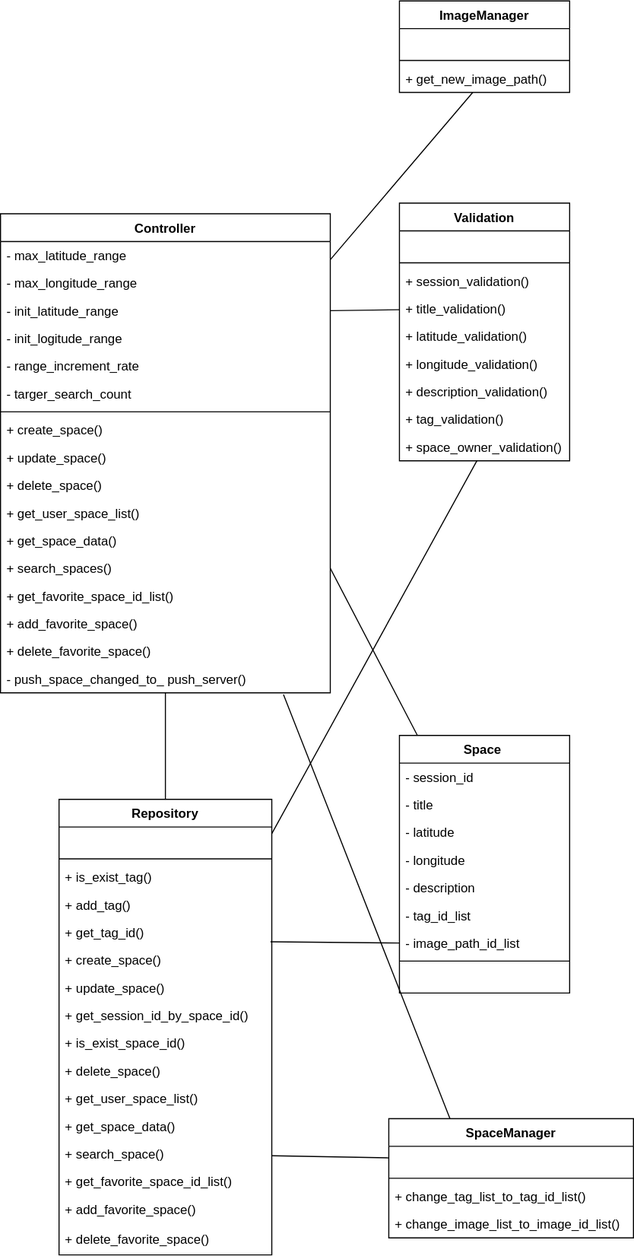
The draw.io diagram 클래스 다이어그램/space_server_class_diagram.svg in shlim0/2022_capstone1, before a commit. Source tidied: cells renumbered, new cells last; positions are measured from the earlier drawing's top-left corner, leaving out a move shared by most shapes.
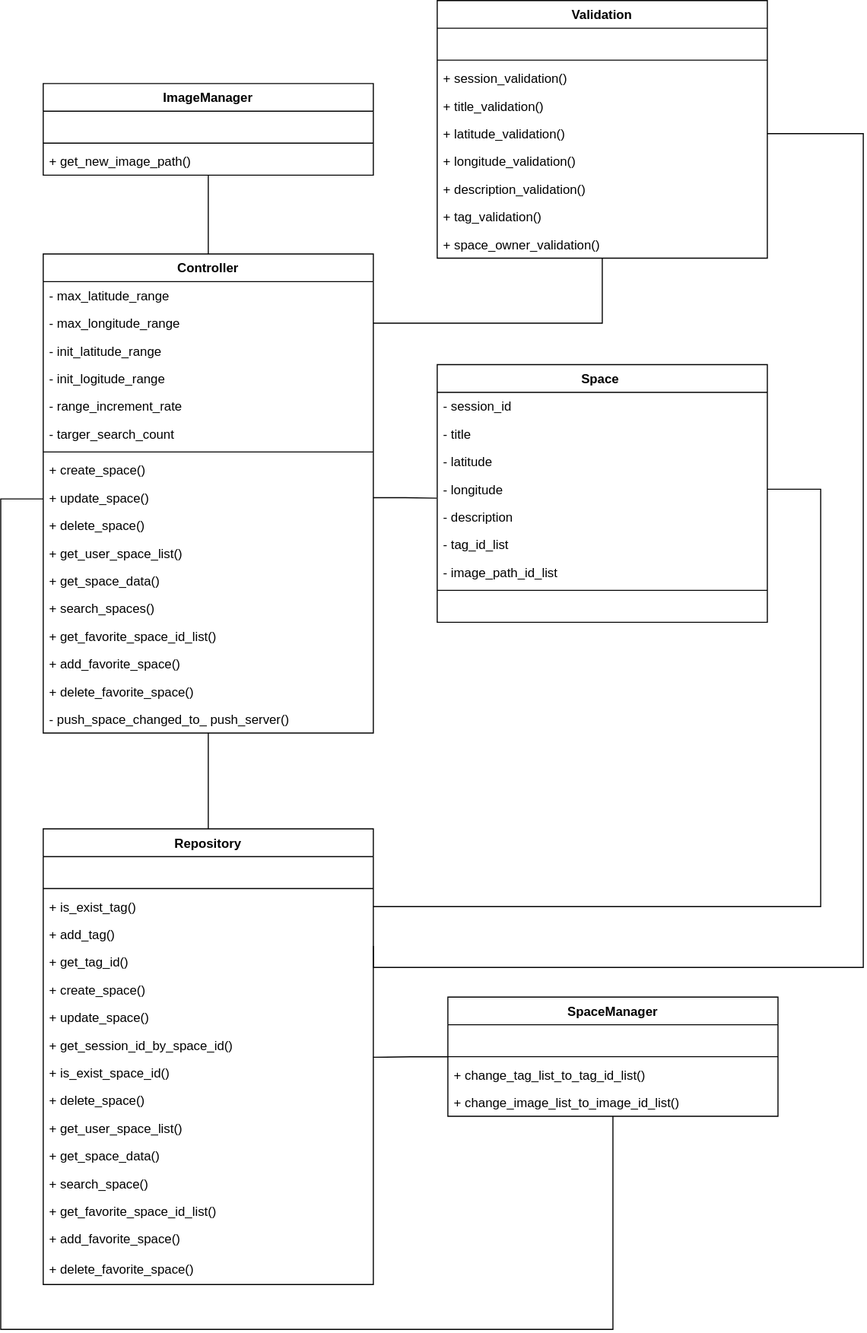
The same diagram one commit later.

Change to the diagram source:
```diff
@@ -3,7 +3,7 @@
     <mxCell id="0" />
     <mxCell id="1" parent="0" />
     <mxCell id="2" value="Controller" style="swimlane;fontStyle=1;align=center;verticalAlign=top;horizontal=1;startSize=26;" parent="1" vertex="1">
-      <mxGeometry y="200" width="310" height="450" as="geometry" />
+      <mxGeometry y="210" width="310" height="450" as="geometry" />
     </mxCell>
     <mxCell id="3" value="- max_latitude_range " style="text;strokeColor=none;fillColor=none;align=left;verticalAlign=top;spacingLeft=4;spacingRight=4;overflow=hidden;" parent="2" vertex="1">
       <mxGeometry y="26" width="310" height="26" as="geometry" />
@@ -57,166 +57,184 @@
       <mxGeometry y="424" width="310" height="26" as="geometry" />
     </mxCell>
     <mxCell id="20" value="Repository" style="swimlane;fontStyle=1;align=center;verticalAlign=top;horizontal=1;startSize=26;" parent="1" vertex="1">
-      <mxGeometry x="55" y="750" width="200" height="428" as="geometry" />
+      <mxGeometry y="750" width="310" height="428" as="geometry" />
     </mxCell>
     <mxCell id="21" value=" " style="text;strokeColor=none;fillColor=none;align=left;verticalAlign=top;spacingLeft=4;spacingRight=4;overflow=hidden;" parent="20" vertex="1">
-      <mxGeometry y="26" width="200" height="26" as="geometry" />
+      <mxGeometry y="26" width="310" height="26" as="geometry" />
     </mxCell>
     <mxCell id="22" style="line;strokeWidth=1;fillColor=none;align=left;verticalAlign=middle;spacingTop=-1;spacingLeft=3;spacingRight=3;labelPosition=right;strokeColor=inherit;" parent="20" vertex="1">
-      <mxGeometry y="52" width="200" height="8" as="geometry" />
+      <mxGeometry y="52" width="310" height="8" as="geometry" />
     </mxCell>
     <mxCell id="23" value="+ is_exist_tag()" style="text;strokeColor=none;fillColor=none;align=left;verticalAlign=top;spacingLeft=4;spacingRight=4;overflow=hidden;points=[[0,0.5],[1,0.5]];portConstraint=eastwest;" parent="20" vertex="1">
-      <mxGeometry y="60" width="200" height="26" as="geometry" />
+      <mxGeometry y="60" width="310" height="26" as="geometry" />
     </mxCell>
     <mxCell id="24" value="+ add_tag()" style="text;strokeColor=none;fillColor=none;align=left;verticalAlign=top;spacingLeft=4;spacingRight=4;overflow=hidden;points=[[0,0.5],[1,0.5]];portConstraint=eastwest;" parent="20" vertex="1">
-      <mxGeometry y="86" width="200" height="26" as="geometry" />
+      <mxGeometry y="86" width="310" height="26" as="geometry" />
     </mxCell>
     <mxCell id="25" value="+ get_tag_id()" style="text;strokeColor=none;fillColor=none;align=left;verticalAlign=top;spacingLeft=4;spacingRight=4;overflow=hidden;points=[[0,0.5],[1,0.5]];portConstraint=eastwest;" parent="20" vertex="1">
-      <mxGeometry y="112" width="200" height="26" as="geometry" />
+      <mxGeometry y="112" width="310" height="26" as="geometry" />
     </mxCell>
     <mxCell id="26" value="+ create_space()" style="text;strokeColor=none;fillColor=none;align=left;verticalAlign=top;spacingLeft=4;spacingRight=4;overflow=hidden;" parent="20" vertex="1">
-      <mxGeometry y="138" width="200" height="26" as="geometry" />
+      <mxGeometry y="138" width="310" height="26" as="geometry" />
     </mxCell>
     <mxCell id="27" value="+ update_space()&#10;" style="text;strokeColor=none;fillColor=none;align=left;verticalAlign=top;spacingLeft=4;spacingRight=4;overflow=hidden;" parent="20" vertex="1">
-      <mxGeometry y="164" width="200" height="26" as="geometry" />
+      <mxGeometry y="164" width="310" height="26" as="geometry" />
     </mxCell>
     <mxCell id="28" value="+ get_session_id_by_space_id()" style="text;strokeColor=none;fillColor=none;align=left;verticalAlign=top;spacingLeft=4;spacingRight=4;overflow=hidden;points=[[0,0.5],[1,0.5]];portConstraint=eastwest;" parent="20" vertex="1">
-      <mxGeometry y="190" width="200" height="26" as="geometry" />
+      <mxGeometry y="190" width="310" height="26" as="geometry" />
     </mxCell>
     <mxCell id="29" value="+ is_exist_space_id()" style="text;strokeColor=none;fillColor=none;align=left;verticalAlign=top;spacingLeft=4;spacingRight=4;overflow=hidden;" parent="20" vertex="1">
-      <mxGeometry y="216" width="200" height="26" as="geometry" />
+      <mxGeometry y="216" width="310" height="26" as="geometry" />
     </mxCell>
     <mxCell id="30" value="+ delete_space()" style="text;strokeColor=none;fillColor=none;align=left;verticalAlign=top;spacingLeft=4;spacingRight=4;overflow=hidden;" parent="20" vertex="1">
-      <mxGeometry y="242" width="200" height="26" as="geometry" />
+      <mxGeometry y="242" width="310" height="26" as="geometry" />
     </mxCell>
     <mxCell id="31" value="+ get_user_space_list()" style="text;strokeColor=none;fillColor=none;align=left;verticalAlign=top;spacingLeft=4;spacingRight=4;overflow=hidden;" parent="20" vertex="1">
-      <mxGeometry y="268" width="200" height="26" as="geometry" />
+      <mxGeometry y="268" width="310" height="26" as="geometry" />
     </mxCell>
     <mxCell id="32" value="+ get_space_data()" style="text;strokeColor=none;fillColor=none;align=left;verticalAlign=top;spacingLeft=4;spacingRight=4;overflow=hidden;" parent="20" vertex="1">
-      <mxGeometry y="294" width="200" height="26" as="geometry" />
+      <mxGeometry y="294" width="310" height="26" as="geometry" />
     </mxCell>
     <mxCell id="33" value="+ search_space()" style="text;strokeColor=none;fillColor=none;align=left;verticalAlign=top;spacingLeft=4;spacingRight=4;overflow=hidden;points=[[0,0.5],[1,0.5]];portConstraint=eastwest;" parent="20" vertex="1">
-      <mxGeometry y="320" width="200" height="26" as="geometry" />
+      <mxGeometry y="320" width="310" height="26" as="geometry" />
     </mxCell>
     <mxCell id="34" value="+ get_favorite_space_id_list()" style="text;strokeColor=none;fillColor=none;align=left;verticalAlign=top;spacingLeft=4;spacingRight=4;overflow=hidden;" parent="20" vertex="1">
-      <mxGeometry y="346" width="200" height="26" as="geometry" />
+      <mxGeometry y="346" width="310" height="26" as="geometry" />
     </mxCell>
     <mxCell id="35" value="+ add_favorite_space()" style="text;strokeColor=none;fillColor=none;align=left;verticalAlign=top;spacingLeft=4;spacingRight=4;overflow=hidden;" parent="20" vertex="1">
-      <mxGeometry y="372" width="200" height="28" as="geometry" />
+      <mxGeometry y="372" width="310" height="28" as="geometry" />
     </mxCell>
     <mxCell id="36" value="+ delete_favorite_space()" style="text;strokeColor=none;fillColor=none;align=left;verticalAlign=top;spacingLeft=4;spacingRight=4;overflow=hidden;" parent="20" vertex="1">
-      <mxGeometry y="400" width="200" height="28" as="geometry" />
+      <mxGeometry y="400" width="310" height="28" as="geometry" />
     </mxCell>
+    <mxCell id="74" style="edgeStyle=orthogonalEdgeStyle;rounded=0;jettySize=auto;html=1;entryX=1;entryY=0.5;entryDx=0;entryDy=0;endArrow=none;endFill=0;" parent="1" edge="1" source="37" target="4">
+      <mxGeometry relative="1" as="geometry" />
+    </mxCell>
     <mxCell id="37" value="Validation" style="swimlane;fontStyle=1;align=center;verticalAlign=top;horizontal=1;startSize=26;" parent="1" vertex="1">
-      <mxGeometry x="375" y="190" width="160" height="242" as="geometry" />
+      <mxGeometry x="370" y="-28" width="310" height="242" as="geometry" />
     </mxCell>
     <mxCell id="38" value=" " style="text;strokeColor=none;fillColor=none;align=left;verticalAlign=top;spacingLeft=4;spacingRight=4;overflow=hidden;" parent="37" vertex="1">
-      <mxGeometry y="26" width="160" height="26" as="geometry" />
+      <mxGeometry y="26" width="310" height="26" as="geometry" />
     </mxCell>
     <mxCell id="39" style="line;strokeWidth=1;fillColor=none;align=left;verticalAlign=middle;spacingTop=-1;spacingLeft=3;spacingRight=3;labelPosition=right;strokeColor=inherit;" parent="37" vertex="1">
-      <mxGeometry y="52" width="160" height="8" as="geometry" />
+      <mxGeometry y="52" width="310" height="8" as="geometry" />
     </mxCell>
     <mxCell id="40" value="+ session_validation()" style="text;strokeColor=none;fillColor=none;align=left;verticalAlign=top;spacingLeft=4;spacingRight=4;overflow=hidden;" parent="37" vertex="1">
-      <mxGeometry y="60" width="160" height="26" as="geometry" />
+      <mxGeometry y="60" width="310" height="26" as="geometry" />
     </mxCell>
     <mxCell id="41" value="+ title_validation()" style="text;strokeColor=none;fillColor=none;align=left;verticalAlign=top;spacingLeft=4;spacingRight=4;overflow=hidden;points=[[0,0.5],[1,0.5]];portConstraint=eastwest;" parent="37" vertex="1">
-      <mxGeometry y="86" width="160" height="26" as="geometry" />
+      <mxGeometry y="86" width="310" height="26" as="geometry" />
     </mxCell>
     <mxCell id="42" value="+ latitude_validation()" style="text;strokeColor=none;fillColor=none;align=left;verticalAlign=top;spacingLeft=4;spacingRight=4;overflow=hidden;points=[[0,0.5],[1,0.5]];portConstraint=eastwest;" parent="37" vertex="1">
-      <mxGeometry y="112" width="160" height="26" as="geometry" />
+      <mxGeometry y="112" width="310" height="26" as="geometry" />
     </mxCell>
     <mxCell id="43" value="+ longitude_validation()" style="text;strokeColor=none;fillColor=none;align=left;verticalAlign=top;spacingLeft=4;spacingRight=4;overflow=hidden;" parent="37" vertex="1">
-      <mxGeometry y="138" width="160" height="26" as="geometry" />
+      <mxGeometry y="138" width="310" height="26" as="geometry" />
     </mxCell>
     <mxCell id="44" value="+ description_validation()" style="text;strokeColor=none;fillColor=none;align=left;verticalAlign=top;spacingLeft=4;spacingRight=4;overflow=hidden;" parent="37" vertex="1">
-      <mxGeometry y="164" width="160" height="26" as="geometry" />
+      <mxGeometry y="164" width="310" height="26" as="geometry" />
     </mxCell>
     <mxCell id="45" value="+ tag_validation()" style="text;strokeColor=none;fillColor=none;align=left;verticalAlign=top;spacingLeft=4;spacingRight=4;overflow=hidden;" parent="37" vertex="1">
-      <mxGeometry y="190" width="160" height="26" as="geometry" />
+      <mxGeometry y="190" width="310" height="26" as="geometry" />
     </mxCell>
     <mxCell id="46" value="+ space_owner_validation()" style="text;strokeColor=none;fillColor=none;align=left;verticalAlign=top;spacingLeft=4;spacingRight=4;overflow=hidden;points=[[0,0.5],[1,0.5]];portConstraint=eastwest;" parent="37" vertex="1">
-      <mxGeometry y="216" width="160" height="26" as="geometry" />
+      <mxGeometry y="216" width="310" height="26" as="geometry" />
     </mxCell>
     <mxCell id="47" value="ImageManager" style="swimlane;fontStyle=1;align=center;verticalAlign=top;horizontal=1;startSize=26;" parent="1" vertex="1">
-      <mxGeometry x="375" width="160" height="86" as="geometry" />
+      <mxGeometry y="50" width="310" height="86" as="geometry" />
     </mxCell>
     <mxCell id="48" value=" " style="text;strokeColor=none;fillColor=none;align=left;verticalAlign=top;spacingLeft=4;spacingRight=4;overflow=hidden;" parent="47" vertex="1">
-      <mxGeometry y="26" width="160" height="26" as="geometry" />
+      <mxGeometry y="26" width="310" height="26" as="geometry" />
     </mxCell>
     <mxCell id="49" style="line;strokeWidth=1;fillColor=none;align=left;verticalAlign=middle;spacingTop=-1;spacingLeft=3;spacingRight=3;labelPosition=right;strokeColor=inherit;" parent="47" vertex="1">
-      <mxGeometry y="52" width="160" height="8" as="geometry" />
+      <mxGeometry y="52" width="310" height="8" as="geometry" />
     </mxCell>
     <mxCell id="50" value="+ get_new_image_path()" style="text;strokeColor=none;fillColor=none;align=left;verticalAlign=top;spacingLeft=4;spacingRight=4;overflow=hidden;points=[[0,0.5],[1,0.5]];portConstraint=eastwest;" parent="47" vertex="1">
-      <mxGeometry y="60" width="160" height="26" as="geometry" />
+      <mxGeometry y="60" width="310" height="26" as="geometry" />
     </mxCell>
     <mxCell id="51" style="endArrow=none;html=1;rounded=0;exitX=0.5;exitY=0;exitDx=0;exitDy=0;" parent="1" edge="1" source="20" target="19">
       <mxGeometry relative="1" as="geometry" />
     </mxCell>
+    <mxCell id="75" style="edgeStyle=orthogonalEdgeStyle;rounded=0;jettySize=auto;html=1;endArrow=none;endFill=0;entryX=0.999;entryY=0.944;entryDx=0;entryDy=0;entryPerimeter=0;" parent="1" edge="1" source="52" target="28">
+      <mxGeometry relative="1" as="geometry" />
+    </mxCell>
+    <mxCell id="76" style="edgeStyle=orthogonalEdgeStyle;rounded=0;jettySize=auto;html=1;entryX=0;entryY=0.5;entryDx=0;entryDy=0;endArrow=none;endFill=0;exitX=0.5;exitY=1;exitDx=0;exitDy=0;" parent="1" edge="1" source="52" target="11">
+      <mxGeometry relative="1" as="geometry">
+        <Array as="points">
+          <mxPoint x="535" y="1220" />
+          <mxPoint x="-40" y="1220" />
+          <mxPoint x="-40" y="440" />
+          <mxPoint y="440" />
+        </Array>
+      </mxGeometry>
+    </mxCell>
     <mxCell id="52" value="SpaceManager" style="swimlane;fontStyle=1;align=center;verticalAlign=top;horizontal=1;startSize=26;" parent="1" vertex="1">
-      <mxGeometry x="365" y="1050" width="230" height="112" as="geometry" />
+      <mxGeometry x="380" y="908" width="310" height="112" as="geometry" />
     </mxCell>
     <mxCell id="53" value=" " style="text;strokeColor=none;fillColor=none;align=left;verticalAlign=top;spacingLeft=4;spacingRight=4;overflow=hidden;points=[[0,0.5],[1,0.5]];portConstraint=eastwest;" parent="52" vertex="1">
-      <mxGeometry y="26" width="230" height="26" as="geometry" />
+      <mxGeometry y="26" width="310" height="26" as="geometry" />
     </mxCell>
     <mxCell id="54" style="line;strokeWidth=1;fillColor=none;align=left;verticalAlign=middle;spacingTop=-1;spacingLeft=3;spacingRight=3;labelPosition=right;strokeColor=inherit;" parent="52" vertex="1">
-      <mxGeometry y="52" width="230" height="8" as="geometry" />
+      <mxGeometry y="52" width="310" height="8" as="geometry" />
     </mxCell>
     <mxCell id="55" value="+ change_tag_list_to_tag_id_list()" style="text;strokeColor=none;fillColor=none;align=left;verticalAlign=top;spacingLeft=4;spacingRight=4;overflow=hidden;" parent="52" vertex="1">
-      <mxGeometry y="60" width="230" height="26" as="geometry" />
+      <mxGeometry y="60" width="310" height="26" as="geometry" />
     </mxCell>
     <mxCell id="56" value="+ change_image_list_to_image_id_list()" style="text;strokeColor=none;fillColor=none;align=left;verticalAlign=top;spacingLeft=4;spacingRight=4;overflow=hidden;" parent="52" vertex="1">
-      <mxGeometry y="86" width="230" height="26" as="geometry" />
+      <mxGeometry y="86" width="310" height="26" as="geometry" />
     </mxCell>
     <mxCell id="57" value="Space " style="swimlane;fontStyle=1;align=center;verticalAlign=top;horizontal=1;startSize=26;" parent="1" vertex="1">
-      <mxGeometry x="375" y="690" width="160" height="242" as="geometry" />
+      <mxGeometry x="370" y="314" width="310" height="242" as="geometry" />
     </mxCell>
     <mxCell id="58" value="- session_id" style="text;strokeColor=none;fillColor=none;align=left;verticalAlign=top;spacingLeft=4;spacingRight=4;overflow=hidden;" parent="57" vertex="1">
-      <mxGeometry y="26" width="160" height="26" as="geometry" />
+      <mxGeometry y="26" width="310" height="26" as="geometry" />
     </mxCell>
     <mxCell id="59" value="- title" style="text;strokeColor=none;fillColor=none;align=left;verticalAlign=top;spacingLeft=4;spacingRight=4;overflow=hidden;" parent="57" vertex="1">
-      <mxGeometry y="52" width="160" height="26" as="geometry" />
+      <mxGeometry y="52" width="310" height="26" as="geometry" />
     </mxCell>
     <mxCell id="60" value="- latitude" style="text;strokeColor=none;fillColor=none;align=left;verticalAlign=top;spacingLeft=4;spacingRight=4;overflow=hidden;" parent="57" vertex="1">
-      <mxGeometry y="78" width="160" height="26" as="geometry" />
+      <mxGeometry y="78" width="310" height="26" as="geometry" />
     </mxCell>
     <mxCell id="61" value="- longitude" style="text;strokeColor=none;fillColor=none;align=left;verticalAlign=top;spacingLeft=4;spacingRight=4;overflow=hidden;points=[[0,0.5],[1,0.5]];portConstraint=eastwest;" parent="57" vertex="1">
-      <mxGeometry y="104" width="160" height="26" as="geometry" />
+      <mxGeometry y="104" width="310" height="26" as="geometry" />
     </mxCell>
     <mxCell id="62" value="- description" style="text;strokeColor=none;fillColor=none;align=left;verticalAlign=top;spacingLeft=4;spacingRight=4;overflow=hidden;" parent="57" vertex="1">
-      <mxGeometry y="130" width="160" height="26" as="geometry" />
+      <mxGeometry y="130" width="310" height="26" as="geometry" />
     </mxCell>
     <mxCell id="63" value="- tag_id_list" style="text;strokeColor=none;fillColor=none;align=left;verticalAlign=top;spacingLeft=4;spacingRight=4;overflow=hidden;" parent="57" vertex="1">
-      <mxGeometry y="156" width="160" height="26" as="geometry" />
+      <mxGeometry y="156" width="310" height="26" as="geometry" />
     </mxCell>
     <mxCell id="64" value="- image_path_id_list" style="text;strokeColor=none;fillColor=none;align=left;verticalAlign=top;spacingLeft=4;spacingRight=4;overflow=hidden;points=[[0,0.5],[1,0.5]];portConstraint=eastwest;" parent="57" vertex="1">
-      <mxGeometry y="182" width="160" height="26" as="geometry" />
+      <mxGeometry y="182" width="310" height="26" as="geometry" />
     </mxCell>
     <mxCell id="65" style="line;strokeWidth=1;fillColor=none;align=left;verticalAlign=middle;spacingTop=-1;spacingLeft=3;spacingRight=3;labelPosition=right;strokeColor=inherit;" parent="57" vertex="1">
-      <mxGeometry y="208" width="160" height="8" as="geometry" />
+      <mxGeometry y="208" width="310" height="8" as="geometry" />
     </mxCell>
     <mxCell id="66" value=" " style="text;strokeColor=none;fillColor=none;align=left;verticalAlign=top;spacingLeft=4;spacingRight=4;overflow=hidden;" parent="57" vertex="1">
-      <mxGeometry y="216" width="160" height="26" as="geometry" />
+      <mxGeometry y="216" width="310" height="26" as="geometry" />
     </mxCell>
     <mxCell id="67" style="endArrow=none;html=1;rounded=0;" parent="1" edge="1" source="2" target="50">
       <mxGeometry relative="1" as="geometry" />
     </mxCell>
-    <mxCell id="68" style="endArrow=none;html=1;rounded=0;exitX=1;exitY=0.5;exitDx=0;exitDy=0;" parent="1" edge="1" source="5" target="41">
-      <mxGeometry relative="1" as="geometry" />
-    </mxCell>
-    <mxCell id="69" style="endArrow=none;html=1;rounded=0;" parent="1" edge="1" source="20" target="46">
-      <mxGeometry relative="1" as="geometry" />
-    </mxCell>
-    <mxCell id="70" style="endArrow=none;html=1;rounded=0;" parent="1" edge="1" source="33" target="53">
-      <mxGeometry relative="1" as="geometry" />
-    </mxCell>
-    <mxCell id="71" style="endArrow=none;html=1;rounded=0;entryX=0.25;entryY=0;entryDx=0;entryDy=0;exitX=0.858;exitY=1.06;exitDx=0;exitDy=0;exitPerimeter=0;" parent="1" edge="1" source="19" target="52">
-      <mxGeometry relative="1" as="geometry" />
-    </mxCell>
-    <mxCell id="72" style="endArrow=none;html=1;rounded=0;exitX=1;exitY=0.5;exitDx=0;exitDy=0;" parent="1" edge="1" source="15" target="57">
-      <mxGeometry relative="1" as="geometry" />
-    </mxCell>
-    <mxCell id="73" style="endArrow=none;html=1;rounded=0;exitX=0.994;exitY=0.839;exitDx=0;exitDy=0;entryX=0;entryY=0.5;entryDx=0;entryDy=0;exitPerimeter=0;" parent="1" edge="1" source="25" target="64">
-      <mxGeometry relative="1" as="geometry" />
-    </mxCell>
+    <mxCell id="77" style="edgeStyle=orthogonalEdgeStyle;rounded=0;jettySize=auto;html=1;exitX=1;exitY=0.5;exitDx=0;exitDy=0;entryX=1;entryY=0.5;entryDx=0;entryDy=0;endArrow=none;endFill=0;" parent="1" edge="1" source="61" target="23">
+      <mxGeometry relative="1" as="geometry">
+        <Array as="points">
+          <mxPoint x="730" y="431" />
+          <mxPoint x="730" y="823" />
+        </Array>
+      </mxGeometry>
+    </mxCell>
+    <mxCell id="78" style="edgeStyle=orthogonalEdgeStyle;rounded=0;jettySize=auto;html=1;endArrow=none;endFill=0;exitX=1;exitY=0.5;exitDx=0;exitDy=0;entryX=1;entryY=0.921;entryDx=0;entryDy=0;entryPerimeter=0;" parent="1" edge="1" source="42" target="24">
+      <mxGeometry relative="1" as="geometry">
+        <Array as="points">
+          <mxPoint x="770" y="97" />
+          <mxPoint x="770" y="880" />
+          <mxPoint x="310" y="880" />
+        </Array>
+      </mxGeometry>
+    </mxCell>
+    <mxCell id="79" style="edgeStyle=orthogonalEdgeStyle;rounded=0;jettySize=auto;html=1;entryX=-0.002;entryY=0.824;entryDx=0;entryDy=0;entryPerimeter=0;endArrow=none;endFill=0;" parent="1" edge="1" source="11" target="61">
+      <mxGeometry relative="1" as="geometry" />
+    </mxCell>
   </root>
 </mxGraphModel>
```
